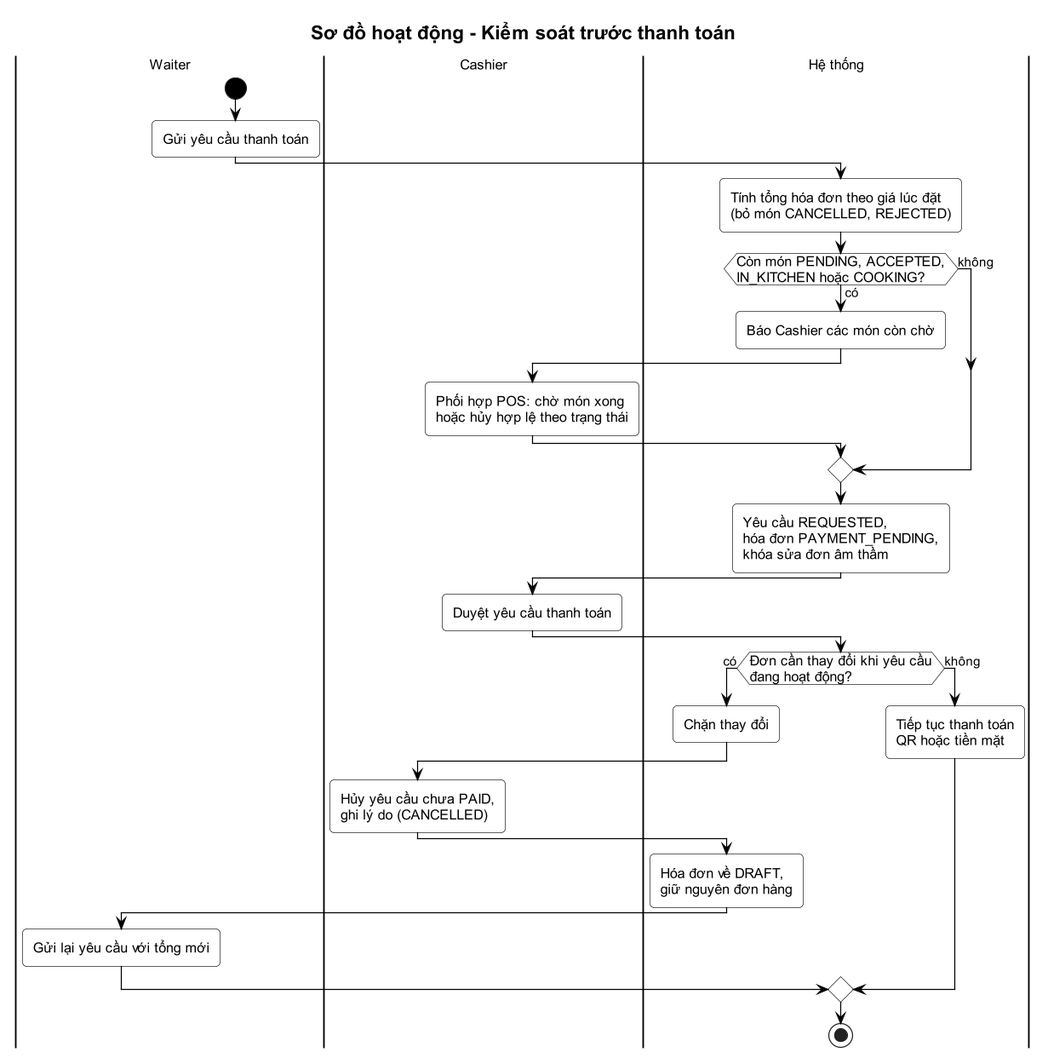
Earlier version of the PlantUML export docs/03-quan-ly-don-hang/activity-9-kiem-soat-thanh-toan.png (Anpham120/restaurant-management-system).
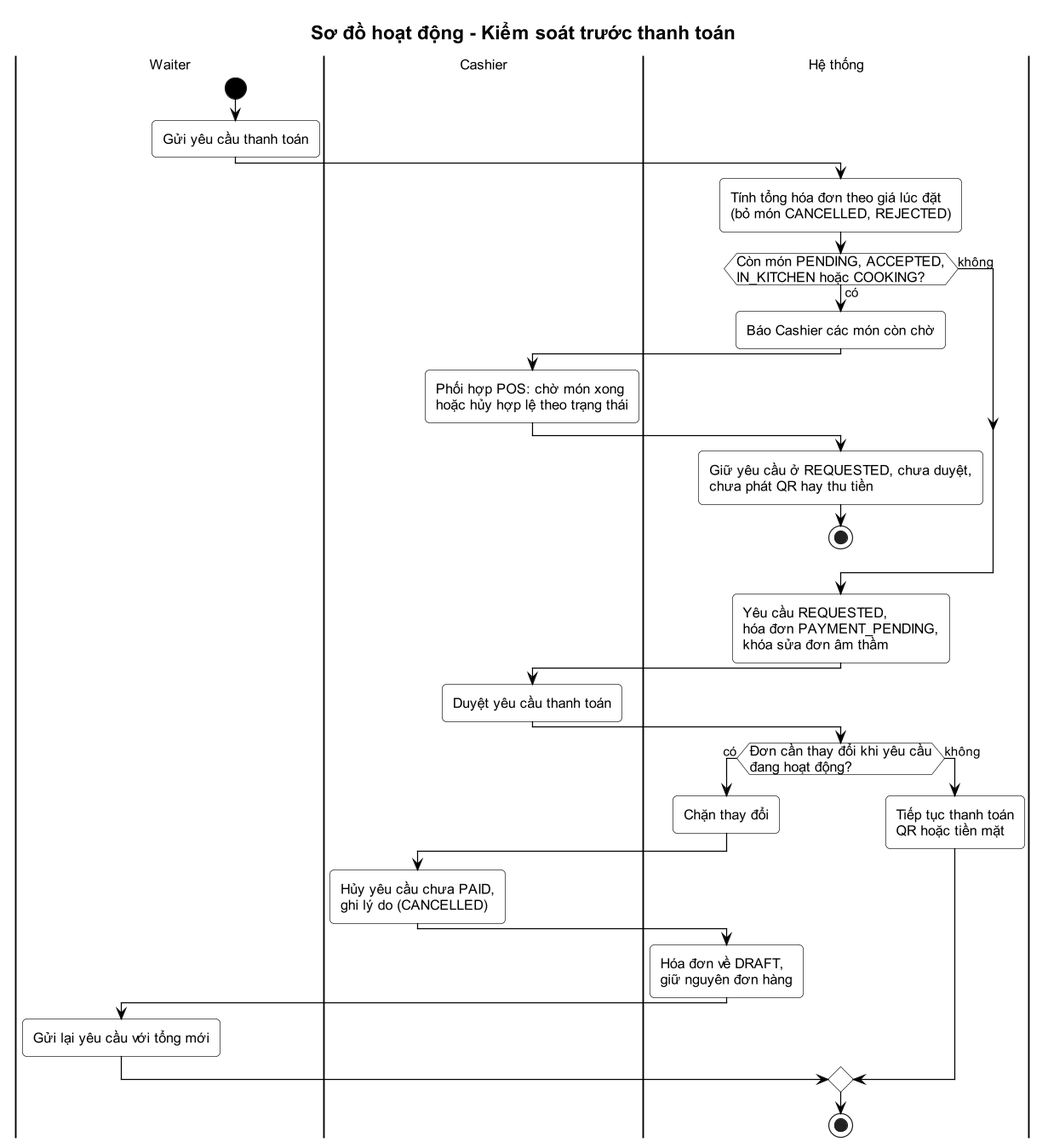
After the change.

The edit, as a diff of the source:
```diff
@@ -14,6 +14,9 @@
   :Báo Cashier các món còn chờ;
   |Cashier|
   :Phối hợp POS: chờ món xong\nhoặc hủy hợp lệ theo trạng thái;
+  |Hệ thống|
+  :Giữ yêu cầu ở REQUESTED, chưa duyệt,\nchưa phát QR hay thu tiền;
+  stop
 else (không)
 endif
 |Hệ thống|
```
